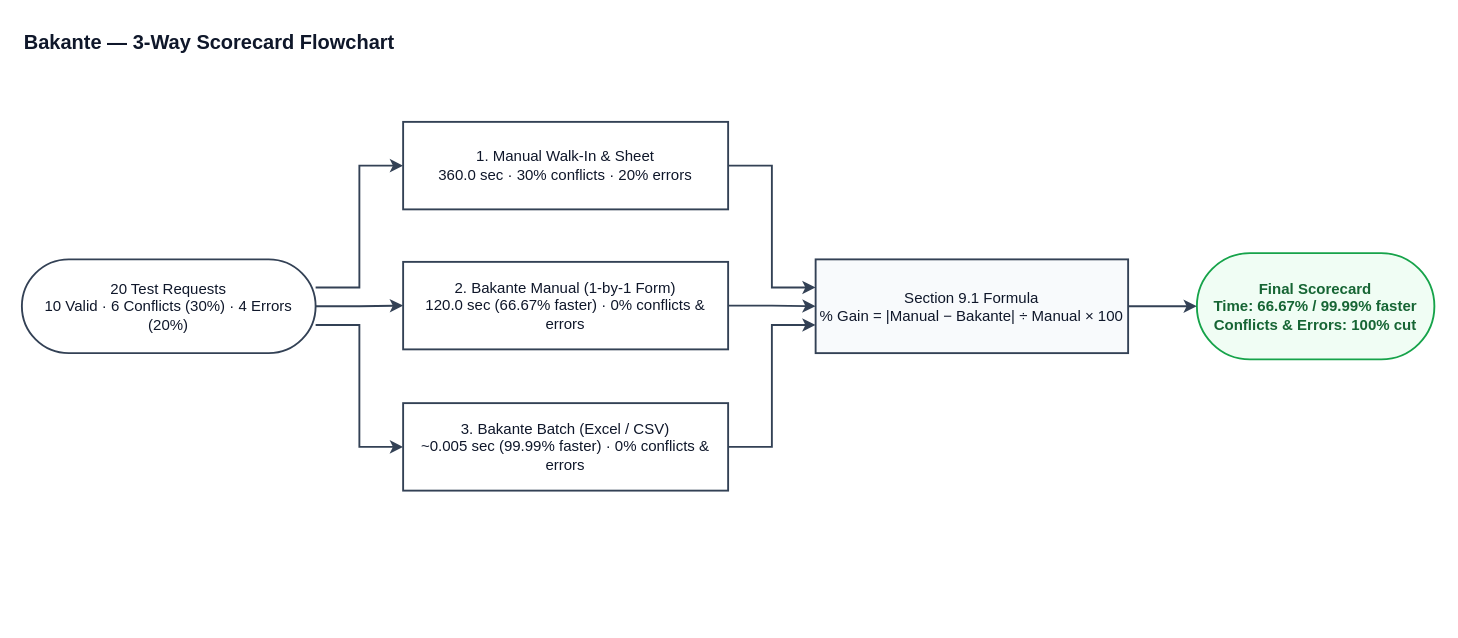
Earlier version of the draw.io diagram page "3. 3-Way Scorecard Flow" (3 of 3) of Bakante.drawio (jrrddev/Bakante). Source tidied: cells renumbered, new cells numbered last; positions are measured from the earlier drawing's top-left corner, leaving out a move shared by most shapes. Both pictures are drawn from the tidied source at 125%, with x=0, y=0 at pixel (21, 21).
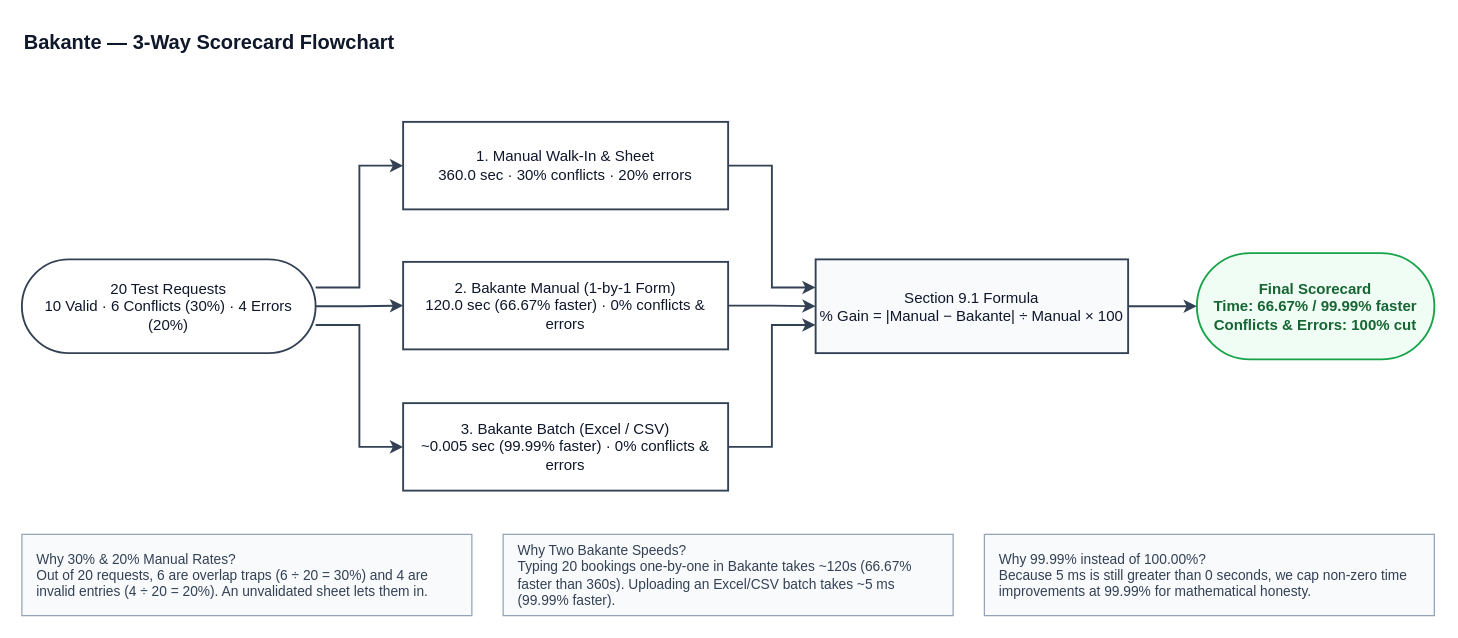
The same page after the edit.

Change to the diagram source:
```diff
@@
 <mxGraphModel>
   <root>
     <mxCell id="0" />
     <mxCell id="1" parent="0" />
     <mxCell id="2" value="Bakante — 3-Way Scorecard Flowchart" style="text;html=1;strokeColor=none;fillColor=none;align=left;verticalAlign=middle;whiteSpace=wrap;rounded=0;fontSize=16;fontStyle=1;fontColor=#0f172a;" parent="1" vertex="1">
       <mxGeometry width="520" height="32" as="geometry" />
     </mxCell>
     <mxCell id="3" value="20 Test Requests&#10;10 Valid · 6 Conflicts (30%) · 4 Errors (20%)" style="rounded=1;whiteSpace=wrap;html=1;arcSize=50;fillColor=#ffffff;strokeColor=#334155;strokeWidth=1.5;fontColor=#0f172a;fontSize=12;" parent="1" vertex="1">
       <mxGeometry y="190" width="235" height="75" as="geometry" />
     </mxCell>
     <mxCell id="4" value="1. Manual Walk-In &amp; Sheet&#10;360.0 sec · 30% conflicts · 20% errors" style="rounded=0;whiteSpace=wrap;html=1;fillColor=#ffffff;strokeColor=#334155;strokeWidth=1.5;fontColor=#0f172a;fontSize=12;" parent="1" vertex="1">
       <mxGeometry x="305" y="80" width="260" height="70" as="geometry" />
     </mxCell>
     <mxCell id="5" value="2. Bakante Manual (1-by-1 Form)&#10;120.0 sec (66.67% faster) · 0% conflicts &amp; errors" style="rounded=0;whiteSpace=wrap;html=1;fillColor=#ffffff;strokeColor=#334155;strokeWidth=1.5;fontColor=#0f172a;fontSize=12;" parent="1" vertex="1">
       <mxGeometry x="305" y="192" width="260" height="70" as="geometry" />
     </mxCell>
     <mxCell id="6" value="3. Bakante Batch (Excel / CSV)&#10;~0.005 sec (99.99% faster) · 0% conflicts &amp; errors" style="rounded=0;whiteSpace=wrap;html=1;fillColor=#ffffff;strokeColor=#334155;strokeWidth=1.5;fontColor=#0f172a;fontSize=12;" parent="1" vertex="1">
       <mxGeometry x="305" y="305" width="260" height="70" as="geometry" />
     </mxCell>
     <mxCell id="7" value="Section 9.1 Formula&#10;% Gain = |Manual − Bakante| ÷ Manual × 100" style="rounded=0;whiteSpace=wrap;html=1;fillColor=#f8fafc;strokeColor=#334155;strokeWidth=1.5;fontColor=#0f172a;fontSize=12;" parent="1" vertex="1">
       <mxGeometry x="635" y="190" width="250" height="75" as="geometry" />
     </mxCell>
     <mxCell id="8" value="Final Scorecard&#10;Time: 66.67% / 99.99% faster&#10;Conflicts &amp; Errors: 100% cut" style="rounded=1;whiteSpace=wrap;html=1;arcSize=50;fillColor=#f0fdf4;strokeColor=#16a34a;strokeWidth=1.5;fontColor=#166534;fontSize=12;fontStyle=1;" parent="1" vertex="1">
       <mxGeometry x="940" y="185" width="190" height="85" as="geometry" />
     </mxCell>
     <mxCell id="9" style="edgeStyle=orthogonalEdgeStyle;rounded=0;html=1;strokeColor=#334155;strokeWidth=1.5;endArrow=classic;endFill=1;exitX=1;exitY=0.3;entryX=0;entryY=0.5;" parent="1" edge="1" source="3" target="4">
       <mxGeometry relative="1" as="geometry" />
     </mxCell>
     <mxCell id="10" style="edgeStyle=orthogonalEdgeStyle;rounded=0;html=1;strokeColor=#334155;strokeWidth=1.5;endArrow=classic;endFill=1;" parent="1" edge="1" source="3" target="5">
       <mxGeometry relative="1" as="geometry" />
     </mxCell>
     <mxCell id="11" style="edgeStyle=orthogonalEdgeStyle;rounded=0;html=1;strokeColor=#334155;strokeWidth=1.5;endArrow=classic;endFill=1;exitX=1;exitY=0.7;entryX=0;entryY=0.5;" parent="1" edge="1" source="3" target="6">
       <mxGeometry relative="1" as="geometry" />
     </mxCell>
     <mxCell id="12" style="edgeStyle=orthogonalEdgeStyle;rounded=0;html=1;strokeColor=#334155;strokeWidth=1.5;endArrow=classic;endFill=1;exitX=1;exitY=0.5;entryX=0;entryY=0.3;" parent="1" edge="1" source="4" target="7">
       <mxGeometry relative="1" as="geometry" />
     </mxCell>
     <mxCell id="13" style="edgeStyle=orthogonalEdgeStyle;rounded=0;html=1;strokeColor=#334155;strokeWidth=1.5;endArrow=classic;endFill=1;" parent="1" edge="1" source="5" target="7">
       <mxGeometry relative="1" as="geometry" />
     </mxCell>
     <mxCell id="14" style="edgeStyle=orthogonalEdgeStyle;rounded=0;html=1;strokeColor=#334155;strokeWidth=1.5;endArrow=classic;endFill=1;exitX=1;exitY=0.5;entryX=0;entryY=0.7;" parent="1" edge="1" source="6" target="7">
       <mxGeometry relative="1" as="geometry" />
     </mxCell>
     <mxCell id="15" style="edgeStyle=orthogonalEdgeStyle;rounded=0;html=1;strokeColor=#334155;strokeWidth=1.5;endArrow=classic;endFill=1;" parent="1" edge="1" source="7" target="8">
       <mxGeometry relative="1" as="geometry" />
     </mxCell>
+    <mxCell id="16" value="Why 30% &amp; 20% Manual Rates?&#10;Out of 20 requests, 6 are overlap traps (6 ÷ 20 = 30%) and 4 are invalid entries (4 ÷ 20 = 20%). An unvalidated sheet lets them in." style="rounded=0;whiteSpace=wrap;html=1;fillColor=#f8fafc;strokeColor=#94a3b8;strokeWidth=1;fontColor=#334155;fontSize=11;align=left;spacingLeft=10;spacingRight=8;" parent="1" vertex="1">
+      <mxGeometry y="410" width="360" height="65" as="geometry" />
+    </mxCell>
+    <mxCell id="17" value="Why Two Bakante Speeds?&#10;Typing 20 bookings one-by-one in Bakante takes ~120s (66.67% faster than 360s). Uploading an Excel/CSV batch takes ~5 ms (99.99% faster)." style="rounded=0;whiteSpace=wrap;html=1;fillColor=#f8fafc;strokeColor=#94a3b8;strokeWidth=1;fontColor=#334155;fontSize=11;align=left;spacingLeft=10;spacingRight=8;" parent="1" vertex="1">
+      <mxGeometry x="385" y="410" width="360" height="65" as="geometry" />
+    </mxCell>
+    <mxCell id="18" value="Why 99.99% instead of 100.00%?&#10;Because 5 ms is still greater than 0 seconds, we cap non-zero time improvements at 99.99% for mathematical honesty." style="rounded=0;whiteSpace=wrap;html=1;fillColor=#f8fafc;strokeColor=#94a3b8;strokeWidth=1;fontColor=#334155;fontSize=11;align=left;spacingLeft=10;spacingRight=8;" parent="1" vertex="1">
+      <mxGeometry x="770" y="410" width="360" height="65" as="geometry" />
+    </mxCell>
   </root>
 </mxGraphModel>
```
